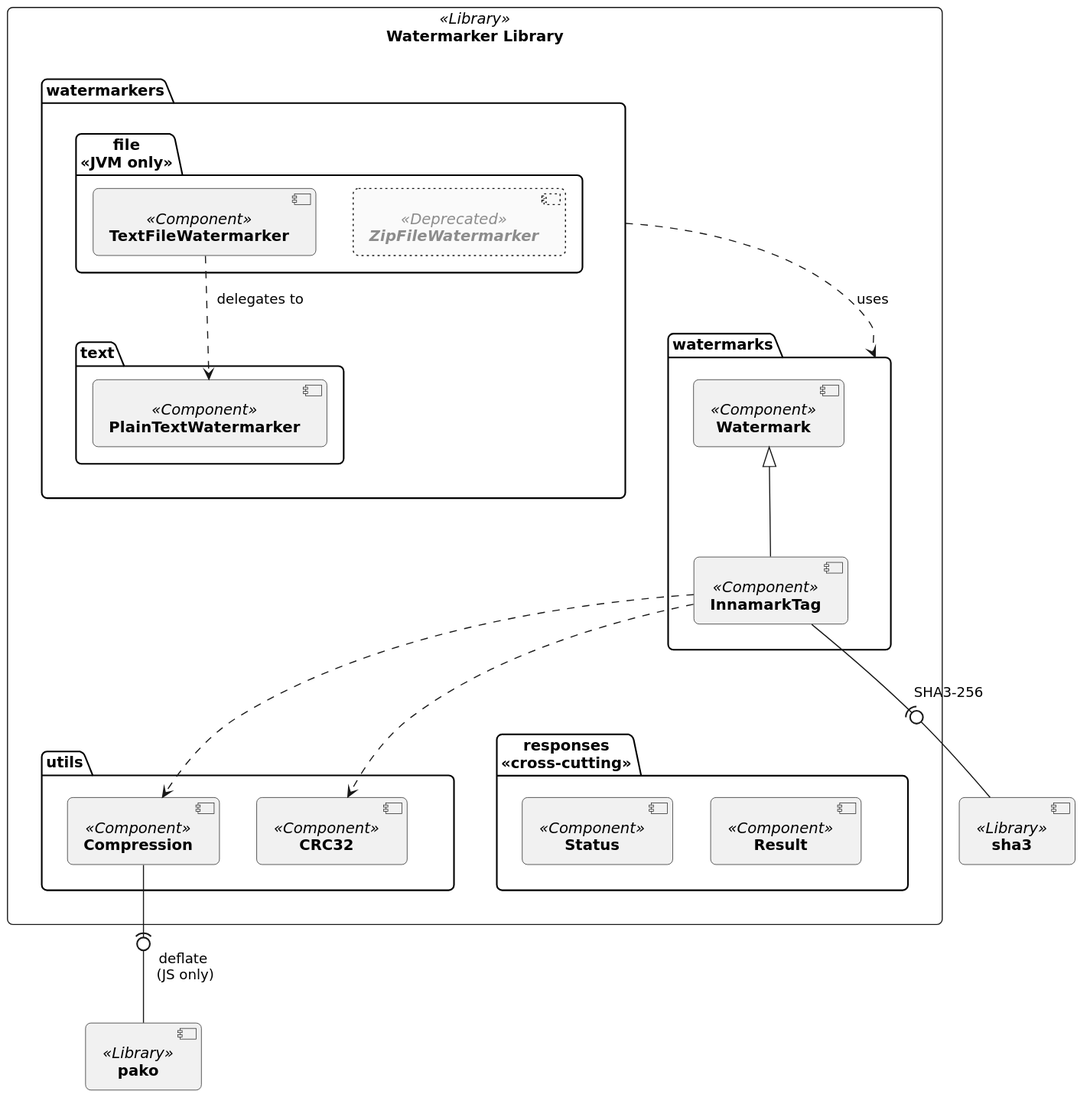
The PlantUML diagram docs/architecture/images/05_level-2-watermarker.svg in FraunhoferISST/Innamark, before a commit. The source it was exported from:
```plantuml
@startuml
!include style.puml

top to bottom direction

rectangle "**Watermarker Library**" <<Library>> as system {
    package "**watermarks**" as watermarks {
        component "**Watermark**" <<Component>> as watermark
        component "**InnamarkTag**" <<Component>> as innamarkTag
    }

    package "**watermarkers**" as watermarkers {
        package "**text**" as textWM {
            component "**PlainTextWatermarker**" <<Component>> as plainTextWM
        }

        package "**file**\n<<JVM only>>" as fileWM {
            component "**TextFileWatermarker**" <<Component>> as textFileWM
            component "**ZipFileWatermarker**" <<Deprecated>> as zipFileWM
        }
    }

    package "**utils**" as utils {
        component "**Compression**" <<Component>> as compression
        component "**CRC32**" <<Component>> as crc32
    }

    package "**responses**\n<<cross-cutting>>" as responses {
        component "**Status**" <<Component>> as status
        component "**Result**" <<Component>> as result
    }
}


component "**sha3**" <<Library>> as sha3
component "**pako**" <<Library>> as pako

innamarkTag ..> compression
innamarkTag ..> crc32

watermark <|-- innamarkTag

watermarkers ..> watermarks: uses
textFileWM ..> plainTextWM : "  delegates to"

innamarkTag -(0- sha3 : SHA3-256
compression -(0- pako : deflate\n (JS only)

utils -[hidden]left- responses
@enduml
```
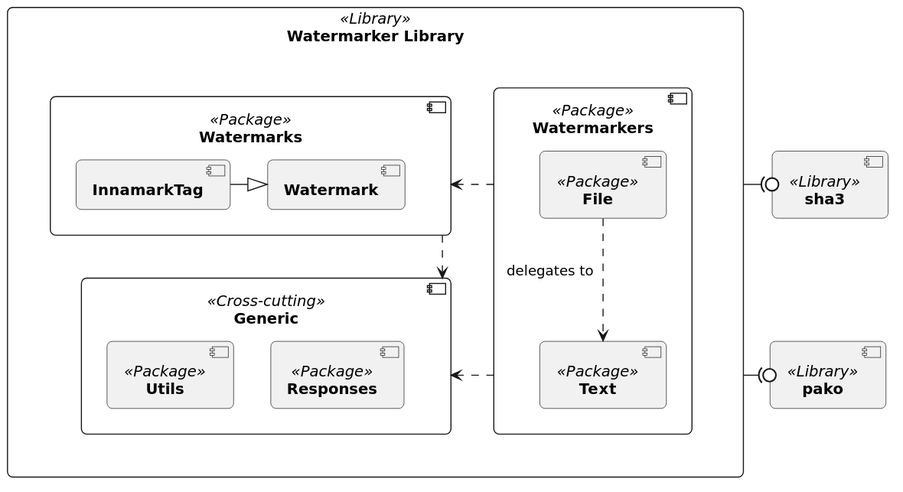
The same file after the commit.

Diff of the diagram source:
```diff
@@ -2,49 +2,38 @@
 !include style.puml
 
 top to bottom direction
+skinparam linetype ortho
 
 rectangle "**Watermarker Library**" <<Library>> as system {
-    package "**watermarks**" as watermarks {
-        component "**Watermark**" <<Component>> as watermark
-        component "**InnamarkTag**" <<Component>> as innamarkTag
+    component "**Watermarks**" <<Package>> as watermarks {
+        component "**Watermark**" as watermark
+        component "**InnamarkTag**" as innamarkTag
     }
 
-    package "**watermarkers**" as watermarkers {
-        package "**text**" as textWM {
-            component "**PlainTextWatermarker**" <<Component>> as plainTextWM
-        }
-
-        package "**file**\n<<JVM only>>" as fileWM {
-            component "**TextFileWatermarker**" <<Component>> as textFileWM
-            component "**ZipFileWatermarker**" <<Deprecated>> as zipFileWM
-        }
+    component "**Watermarkers**" <<Package>> as watermarkers {
+        component "**Text**" <<Package>> as textWM
+        component "**File**" <<Package>> as fileWM
     }
 
-    package "**utils**" as utils {
-        component "**Compression**" <<Component>> as compression
-        component "**CRC32**" <<Component>> as crc32
-    }
-
-    package "**responses**\n<<cross-cutting>>" as responses {
-        component "**Status**" <<Component>> as status
-        component "**Result**" <<Component>> as result
+    component "**Generic**" <<Cross-cutting>> as generic {
+        component "**Utils**" <<Package>> as utils
+        component "**Responses**" <<Package>> as responses
     }
 }
-
 
 component "**sha3**" <<Library>> as sha3
 component "**pako**" <<Library>> as pako
 
-innamarkTag ..> compression
-innamarkTag ..> crc32
+fileWM ..> textWM : "delegates to  "
 
-watermark <|-- innamarkTag
+innamarkTag -|> watermark
 
-watermarkers ..> watermarks: uses
-textFileWM ..> plainTextWM : "  delegates to"
+watermarkers .> watermarks
+watermarkers ..> generic
+watermarks .> generic
 
-innamarkTag -(0- sha3 : SHA3-256
-compression -(0- pako : deflate\n (JS only)
+system -(0 sha3
+system -(0 pako
 
-utils -[hidden]left- responses
+sha3 -[hidden]- pako
 @enduml
```
